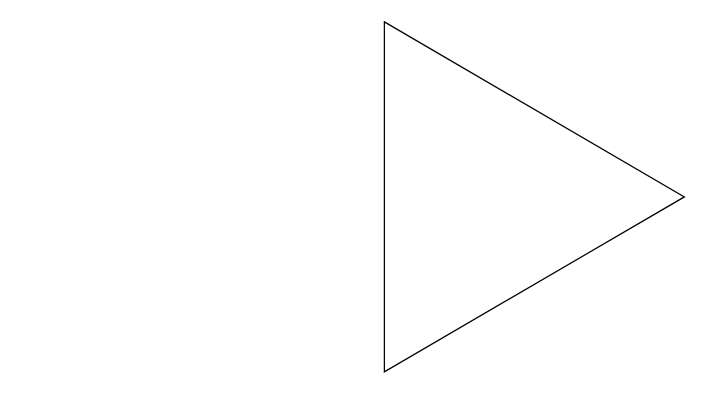
The draw.io diagram Untitled Diagram.drawio in Daneshaurus/UML-investasi, before the edit. Source tidied: cells renumbered, new cells numbered last; positions are measured from the earlier drawing's top-left corner, leaving out a move shared by most shapes. Both pictures are drawn from the tidied source at 125%, with x=0, y=0 at pixel (384, 21).
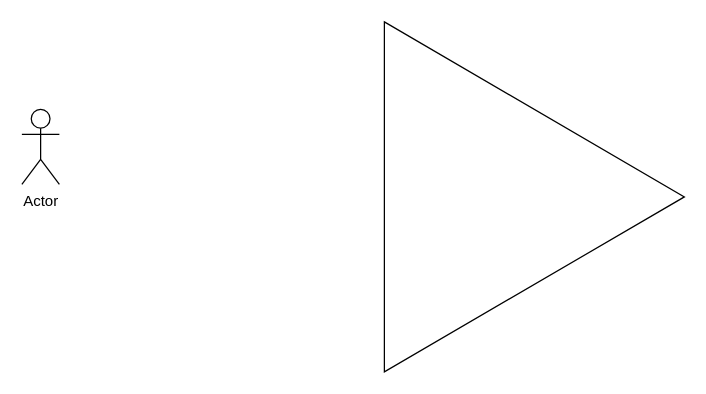
The same page after the edit.

Change to the diagram source:
```diff
@@
 <mxGraphModel>
   <root>
     <mxCell id="0" />
     <mxCell id="1" parent="0" />
     <mxCell id="2" style="triangle;whiteSpace=wrap;html=1;" parent="1" vertex="1">
       <mxGeometry width="240" height="280" as="geometry" />
     </mxCell>
+    <mxCell id="3" value="Actor" style="shape=umlActor;verticalLabelPosition=bottom;verticalAlign=top;html=1;" parent="1" vertex="1">
+      <mxGeometry x="-290" y="70" width="30" height="60" as="geometry" />
+    </mxCell>
   </root>
 </mxGraphModel>
```
